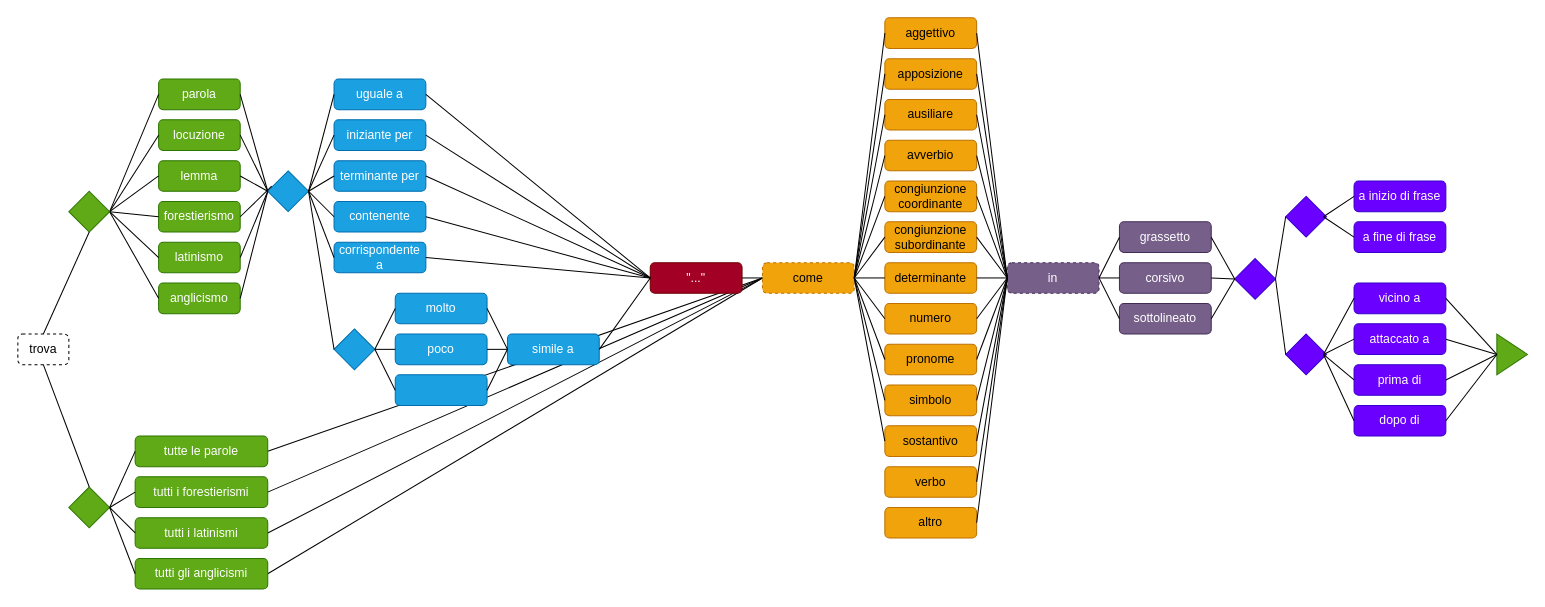
The draw.io diagram pqita.drawio in vedph/minerva-app, before the edit. Source tidied: cells renumbered, new cells numbered last; positions are measured from the earlier drawing's top-left corner, leaving out a move shared by most shapes. Both pictures are drawn from the tidied source at 102%, with x=0, y=0 at pixel (17, 17).
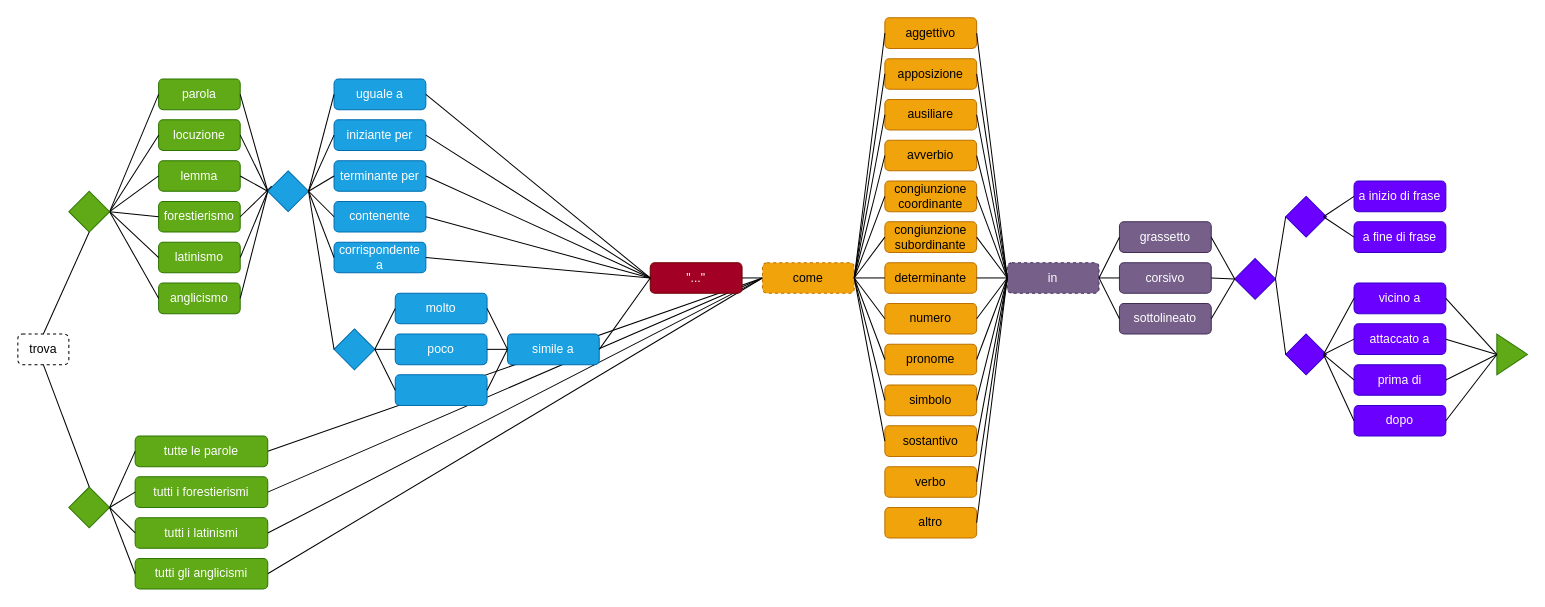
The same page after the edit.

What changed in the source:
```diff
@@
-    <mxCell id="54" value="dopo di" style="rounded=1;whiteSpace=wrap;html=1;fillColor=#6a00ff;fontColor=#ffffff;strokeColor=#3700CC;" parent="1" vertex="1">
+    <mxCell id="54" value="dopo" style="rounded=1;whiteSpace=wrap;html=1;fillColor=#6a00ff;fontColor=#ffffff;strokeColor=#3700CC;" parent="1" vertex="1">
       <mxGeometry x="1310" y="380" width="90" height="30" as="geometry" />
     </mxCell>
```
